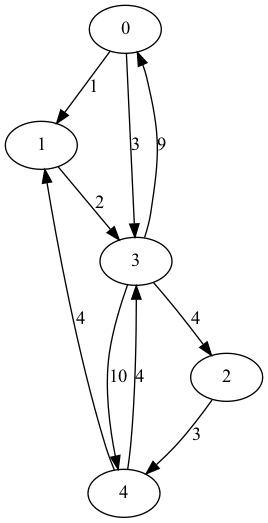
The Graphviz diagram lab_08/task.png in EmirShimshir/BMSTU_sem3_TaSD, before a commit. Its source is kept beside it as lab_08/data/task.gv.
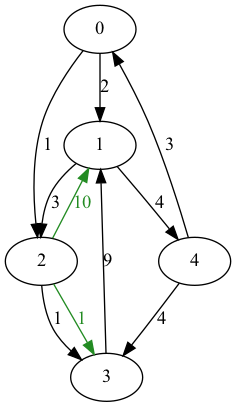
Above is the later version.

The edit, as a diff of the source:
```diff
@@ -1,11 +1,12 @@
 digraph LAB_08 {
-0 -> 1 [label="1"];
-0 -> 3 [label="3"];
-1 -> 3 [label="2"];
-2 -> 4 [label="3"];
-3 -> 0 [label="9"];
-3 -> 2 [label="4"];
-3 -> 4 [label="10"];
-4 -> 1 [label="4"];
+0 -> 1 [label="2"];
+0 -> 2 [label="1"];
+1 -> 2 [label="3"];
+1 -> 4 [label="4"];
+2 -> 3 [label="1"];
+3 -> 1 [label="9"];
+4 -> 0 [label="3"];
 4 -> 3 [label="4"];
+2 -> 1 [label="10" color="#228b22" fontcolor="#228b22"];
+2 -> 3 [label="1" color="#228b22" fontcolor="#228b22"];
 }
```
